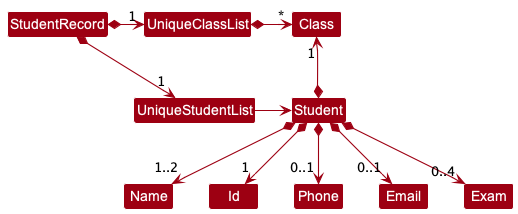
This is docs/images/BetterModelClassDiagram.png from nus-cs2103-AY2223S1/tp, a PlantUML export, as it was before one commit.
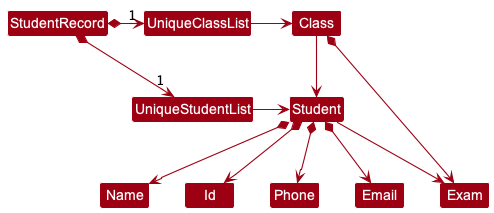
Above is the later version.

Diff of the diagram source:
```diff
@@ -9,15 +9,16 @@
 UniqueClassList -[hidden]down- UniqueStudentList
 UniqueClassList -[hidden]down- UniqueStudentList
 
-UniqueClassList *-right-> "*" Class
+UniqueClassList -right-> Class
 UniqueStudentList -right-> Student
+Class -down-> Student
+Class *-down-> Exam
 
-Student *--> "1..2" Name
-Student *--> "1" Id
-Student *-up-> "1" Class
-Student *--> "0..1" Phone
-Student *--> "0..1" Email
-Student *--> "0..4" Exam
+Student *--> Name
+Student *--> Id
+Student *--> Phone
+Student *--> Email
+Student --> Exam
 
 Name -[hidden]right-> Id
 Id -[hidden]right-> Phone
```
